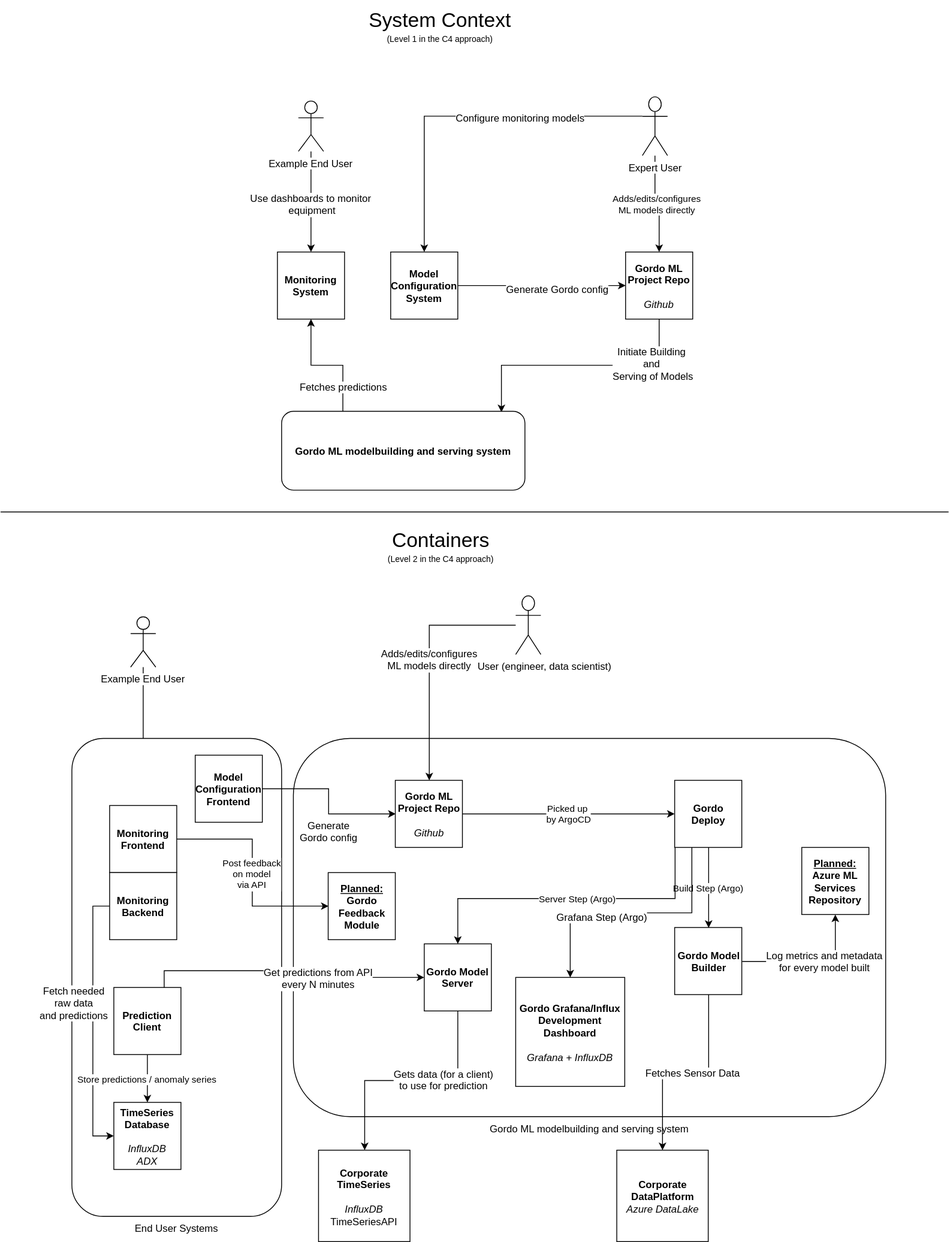
Earlier version of the draw.io export docs/_static/Gordo_C4.svg (equinor/gordo). Source tidied: cells renumbered, new cells last; positions are measured from the earlier drawing's top-left corner, leaving out a move shared by most shapes.
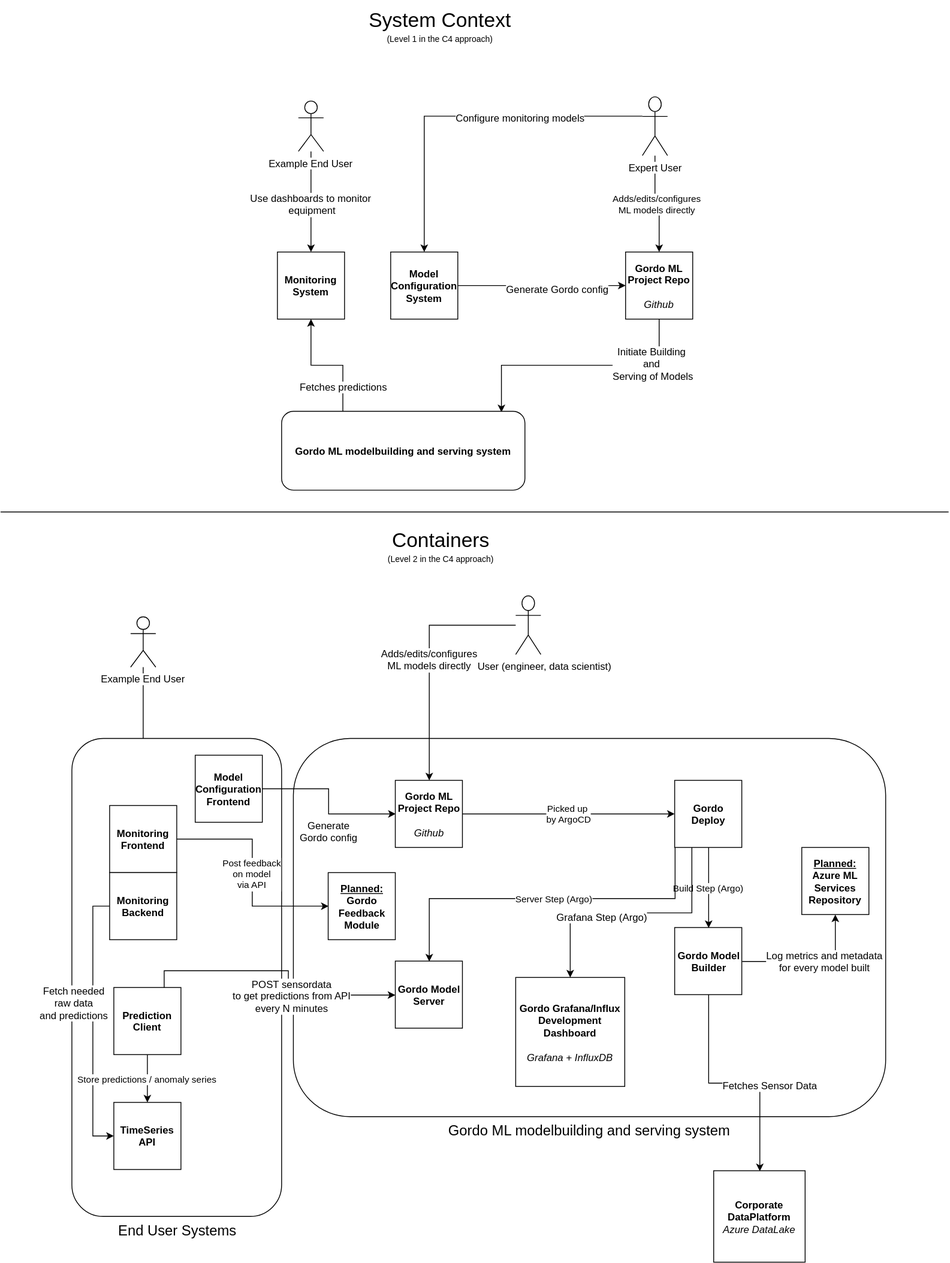
Later version of the same file.

Commit message:
Remove the arrow from gordo server to TimeSeriesDB in the architecture drawing

The GET is gone

Change to the diagram source:
```diff
@@ -74,10 +74,10 @@
     <mxCell id="24" value="Expert User (engineer, data scientist)" style="shape=umlActor;verticalLabelPosition=bottom;labelBackgroundColor=#ffffff;verticalAlign=top;html=1;outlineConnect=0;" parent="1" vertex="1">
       <mxGeometry x="614" y="710" width="30" height="70" as="geometry" />
     </mxCell>
-    <mxCell id="25" value="Gordo ML modelbuilding and serving system" style="rounded=1;whiteSpace=wrap;html=1;labelPosition=center;verticalLabelPosition=bottom;align=center;verticalAlign=top;" parent="1" vertex="1">
+    <mxCell id="25" value="&lt;font style=&quot;font-size: 17px&quot;&gt;Gordo ML modelbuilding and serving system&lt;/font&gt;" style="rounded=1;whiteSpace=wrap;html=1;labelPosition=center;verticalLabelPosition=bottom;align=center;verticalAlign=top;" parent="1" vertex="1">
       <mxGeometry x="349" y="880" width="706" height="451" as="geometry" />
     </mxCell>
-    <mxCell id="26" value="End User Systems" style="rounded=1;whiteSpace=wrap;html=1;labelPosition=center;verticalLabelPosition=bottom;align=center;verticalAlign=top;" parent="1" vertex="1">
+    <mxCell id="26" value="&lt;font style=&quot;font-size: 17px&quot;&gt;End User Systems&lt;/font&gt;" style="rounded=1;whiteSpace=wrap;html=1;labelPosition=center;verticalLabelPosition=bottom;align=center;verticalAlign=top;" parent="1" vertex="1">
       <mxGeometry x="85" y="880" width="250" height="570" as="geometry" />
     </mxCell>
     <mxCell id="27" value="Picked up&amp;nbsp;&lt;br&gt;by ArgoCD&lt;br&gt;" style="edgeStyle=orthogonalEdgeStyle;rounded=0;jettySize=auto;html=1;" parent="1" edge="1" source="28" target="33">
@@ -93,7 +93,7 @@
       <mxGeometry relative="1" as="geometry">
         <Array as="points">
           <mxPoint x="804" y="1071" />
-          <mxPoint x="545" y="1071" />
+          <mxPoint x="511" y="1071" />
         </Array>
       </mxGeometry>
     </mxCell>
@@ -123,14 +123,8 @@
     <mxCell id="38" value="&lt;b&gt;Gordo Model&lt;br&gt;Builder&lt;/b&gt;&lt;br&gt;" style="whiteSpace=wrap;html=1;" parent="1" vertex="1">
       <mxGeometry x="803.5" y="1105.5" width="80" height="80" as="geometry" />
     </mxCell>
-    <mxCell id="39" style="edgeStyle=orthogonalEdgeStyle;rounded=0;jettySize=auto;html=1;exitX=0.5;exitY=1;exitDx=0;exitDy=0;" parent="1" edge="1" source="41" target="55">
-      <mxGeometry relative="1" as="geometry" />
-    </mxCell>
-    <mxCell id="40" value="Gets data (for a client)&lt;br&gt;to use for prediction&lt;br&gt;" style="text;html=1;align=center;verticalAlign=middle;labelBackgroundColor=#ffffff;" parent="39" vertex="1">
-      <mxGeometry x="-0.28" y="-2" relative="1" as="geometry" />
-    </mxCell>
     <mxCell id="41" value="&lt;b&gt;Gordo Model Server&lt;/b&gt;&lt;br&gt;" style="whiteSpace=wrap;html=1;" parent="1" vertex="1">
-      <mxGeometry x="505" y="1125" width="80" height="80" as="geometry" />
+      <mxGeometry x="470.5" y="1145.5" width="80" height="80" as="geometry" />
     </mxCell>
     <mxCell id="42" value="&lt;b&gt;Gordo Grafana/Influx Development Dashboard&lt;br&gt;&lt;/b&gt;&lt;br&gt;&lt;i&gt;Grafana + InfluxDB&lt;/i&gt;&lt;br&gt;" style="whiteSpace=wrap;html=1;" parent="1" vertex="1">
       <mxGeometry x="614" y="1165" width="130" height="130" as="geometry" />
@@ -163,7 +157,7 @@
     <mxCell id="50" style="edgeStyle=orthogonalEdgeStyle;rounded=0;jettySize=auto;html=1;exitX=0.75;exitY=0;exitDx=0;exitDy=0;" parent="1" edge="1" source="53" target="41">
       <mxGeometry relative="1" as="geometry" />
     </mxCell>
-    <mxCell id="51" value="Get predictions from API&lt;br&gt;every N minutes&lt;br&gt;" style="text;html=1;align=center;verticalAlign=middle;labelBackgroundColor=#ffffff;" parent="50" vertex="1">
+    <mxCell id="51" value="POST sensordata&lt;br&gt;to get predictions from API&lt;br&gt;every N minutes" style="text;html=1;align=center;verticalAlign=middle;labelBackgroundColor=#ffffff;" parent="50" vertex="1">
       <mxGeometry x="0.51" relative="1" as="geometry">
         <mxPoint x="-43" as="offset" />
       </mxGeometry>
@@ -174,14 +168,11 @@
     <mxCell id="53" value="&lt;b&gt;Prediction Client&lt;/b&gt;" style="whiteSpace=wrap;html=1;" parent="1" vertex="1">
       <mxGeometry x="135" y="1177" width="80" height="80" as="geometry" />
     </mxCell>
-    <mxCell id="54" value="&lt;b&gt;TimeSeries Database&lt;/b&gt;&lt;br&gt;&lt;i&gt;&lt;br&gt;InfluxDB&lt;br&gt;ADX&lt;/i&gt;&lt;br&gt;" style="whiteSpace=wrap;html=1;" parent="1" vertex="1">
+    <mxCell id="54" value="&lt;b&gt;TimeSeries API&lt;/b&gt;&lt;br&gt;" style="whiteSpace=wrap;html=1;" parent="1" vertex="1">
       <mxGeometry x="135" y="1314" width="80" height="80" as="geometry" />
     </mxCell>
-    <mxCell id="55" value="&lt;b&gt;Corporate TimeSeries&lt;br&gt;&lt;/b&gt;&lt;br&gt;&lt;i&gt;InfluxDB&lt;br&gt;&lt;/i&gt;TimeSeriesAPI&lt;br&gt;" style="whiteSpace=wrap;html=1;" parent="1" vertex="1">
-      <mxGeometry x="379" y="1371" width="109" height="109" as="geometry" />
-    </mxCell>
     <mxCell id="56" value="&lt;b&gt;Corporate DataPlatform&lt;/b&gt;&lt;br&gt;&lt;i&gt;Azure DataLake&lt;/i&gt;&lt;br&gt;" style="whiteSpace=wrap;html=1;" parent="1" vertex="1">
-      <mxGeometry x="734.5" y="1371" width="109" height="109" as="geometry" />
+      <mxGeometry x="850" y="1395.5" width="109" height="109" as="geometry" />
     </mxCell>
     <mxCell id="57" style="edgeStyle=orthogonalEdgeStyle;rounded=0;jettySize=auto;html=1;exitX=1;exitY=0.5;exitDx=0;exitDy=0;entryX=0;entryY=0.5;entryDx=0;entryDy=0;" parent="1" edge="1" source="59" target="28">
       <mxGeometry relative="1" as="geometry" />
```
